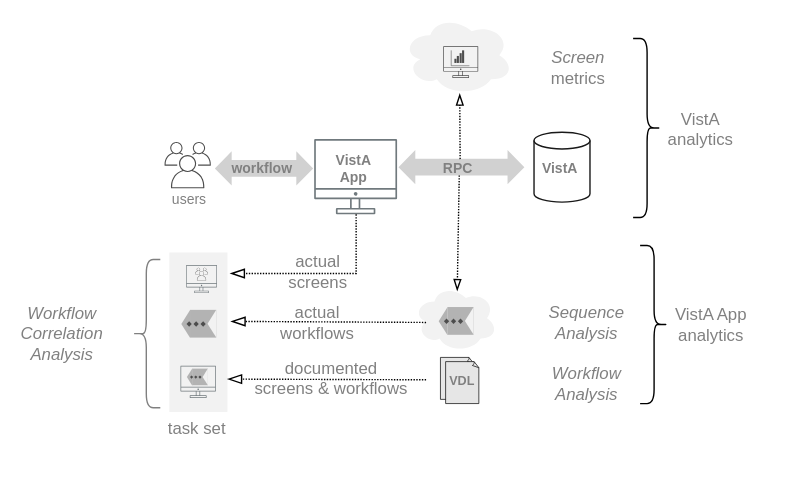
cloudvista/vaa keeps this draw.io diagram as img/workflow-analytics.svg. Above is the earlier version. Source tidied: cells renumbered, new cells last; positions are measured from the earlier drawing's top-left corner, leaving out a move shared by most shapes.
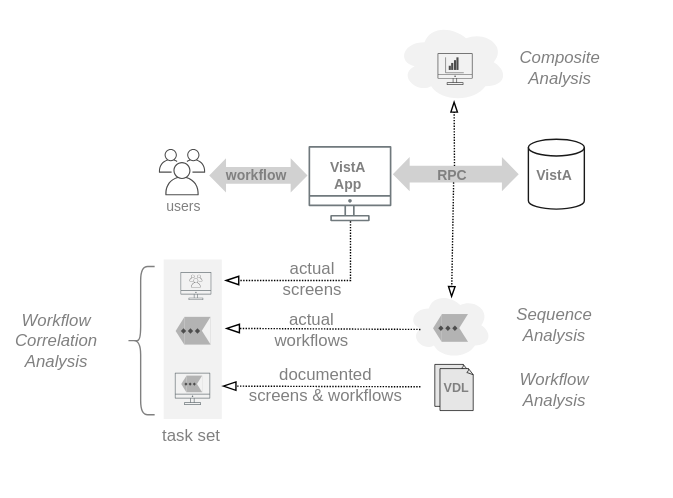
After the change.

Diff of the diagram source:
```diff
@@ -3,7 +3,7 @@
     <mxCell id="0" />
     <mxCell id="1" parent="0" />
     <mxCell id="2" style="rounded=1;whiteSpace=wrap;html=1;strokeColor=none;" parent="1" vertex="1">
-      <mxGeometry width="570" height="355" as="geometry" />
+      <mxGeometry x="4" y="-5" width="480" height="355" as="geometry" />
     </mxCell>
     <mxCell id="3" style="ellipse;shape=cloud;whiteSpace=wrap;html=1;shadow=0;sketch=0;fillStyle=solid;strokeColor=none;strokeWidth=0.4;fontSize=10;fillColor=#F2F2F2;gradientColor=none;" parent="1" vertex="1">
       <mxGeometry x="295" y="203" width="60" height="48" as="geometry" />
@@ -32,11 +32,11 @@
     <mxCell id="11" value="VistA" style="text;strokeColor=none;align=center;fillColor=none;html=1;verticalAlign=middle;whiteSpace=wrap;rounded=0;fontSize=10;fontStyle=1;fontColor=#808080;" parent="1" vertex="1">
       <mxGeometry x="383.2" y="104.9" width="33.8" height="30" as="geometry" />
     </mxCell>
-    <mxCell id="12" value="&lt;i&gt;Screen&lt;br&gt;&lt;/i&gt;metrics" style="text;strokeColor=none;align=center;fillColor=none;html=1;verticalAlign=middle;whiteSpace=wrap;rounded=0;fontColor=#808080;" parent="1" vertex="1">
-      <mxGeometry x="377.9" y="32.5" width="70.2" height="30" as="geometry" />
+    <mxCell id="12" value="&lt;i&gt;Composite&lt;br&gt;Analysis&lt;br&gt;&lt;/i&gt;" style="text;strokeColor=none;align=center;fillColor=none;html=1;verticalAlign=middle;whiteSpace=wrap;rounded=0;fontColor=#808080;" parent="1" vertex="1">
+      <mxGeometry x="368.9" y="27.5" width="70.2" height="30" as="geometry" />
     </mxCell>
     <mxCell id="13" value="&lt;i&gt;Workflow&lt;br&gt;Analysis&lt;/i&gt;" style="text;strokeColor=none;align=center;fillColor=none;html=1;verticalAlign=middle;whiteSpace=wrap;rounded=0;fontColor=#808080;" parent="1" vertex="1">
-      <mxGeometry x="388.9" y="259" width="60" height="30" as="geometry" />
+      <mxGeometry x="370.1" y="258" width="60" height="30" as="geometry" />
     </mxCell>
     <mxCell id="14" style="endArrow=blockThin;html=1;fontSize=10;dashed=1;dashPattern=1 1;endFill=0;startArrow=none;" parent="1" edge="1">
       <mxGeometry relative="1" as="geometry">
@@ -53,7 +53,7 @@
       <mxGeometry x="14" y="223" width="60" height="30" as="geometry" />
     </mxCell>
     <mxCell id="17" value="&lt;i&gt;Sequence&lt;br&gt;Analysis&lt;/i&gt;" style="text;strokeColor=none;align=center;fillColor=none;html=1;verticalAlign=middle;whiteSpace=wrap;rounded=0;fontColor=#808080;" parent="1" vertex="1">
-      <mxGeometry x="388.9" y="215" width="60" height="30" as="geometry" />
+      <mxGeometry x="370.1" y="212" width="60" height="30" as="geometry" />
     </mxCell>
     <mxCell id="18" style="edgeStyle=elbowEdgeStyle;elbow=vertical;endArrow=blockThin;html=1;curved=0;rounded=0;endSize=8;startSize=8;dashed=1;dashPattern=1 1;fontSize=10;endFill=0;startArrow=none;startFill=0;" parent="1" edge="1" source="6">
       <mxGeometry relative="1" as="geometry">
@@ -73,18 +73,6 @@
     <mxCell id="21" value="task set" style="text;strokeColor=none;align=center;fillColor=none;html=1;verticalAlign=middle;whiteSpace=wrap;rounded=0;fontColor=#808080;" parent="1" vertex="1">
       <mxGeometry x="108.6" y="291" width="63.3" height="30" as="geometry" />
     </mxCell>
-    <mxCell id="22" value="VistA&lt;br&gt;analytics" style="text;strokeColor=none;align=center;fillColor=none;html=1;verticalAlign=middle;whiteSpace=wrap;rounded=0;fontColor=#808080;" parent="1" vertex="1">
-      <mxGeometry x="466" y="76.9" width="69" height="30" as="geometry" />
-    </mxCell>
-    <mxCell id="23" value="VistA App&lt;br&gt;analytics" style="text;strokeColor=none;align=center;fillColor=none;html=1;verticalAlign=middle;whiteSpace=wrap;rounded=0;fontColor=#808080;" parent="1" vertex="1">
-      <mxGeometry x="469" y="217" width="78" height="30" as="geometry" />
-    </mxCell>
-    <mxCell id="24" style="shape=curlyBracket;whiteSpace=wrap;html=1;rounded=1;flipH=1;labelPosition=right;verticalLabelPosition=middle;align=left;verticalAlign=middle;" parent="1" vertex="1">
-      <mxGeometry x="452" y="27" width="20" height="128" as="geometry" />
-    </mxCell>
-    <mxCell id="25" style="shape=curlyBracket;whiteSpace=wrap;html=1;rounded=1;flipH=1;labelPosition=right;verticalLabelPosition=middle;align=left;verticalAlign=middle;" parent="1" vertex="1">
-      <mxGeometry x="457" y="175" width="20" height="113" as="geometry" />
-    </mxCell>
     <mxCell id="26" style="gradientColor=none;fontColor=#545B64;strokeColor=none;fillColor=#70797D;dashed=0;verticalLabelPosition=bottom;verticalAlign=top;align=center;html=1;fontSize=12;fontStyle=0;shape=mxgraph.aws4.illustration_desktop;shadow=0;fillStyle=solid;" parent="1" vertex="1">
       <mxGeometry x="128.4" y="261" width="25.3" height="23" as="geometry" />
     </mxCell>
```
